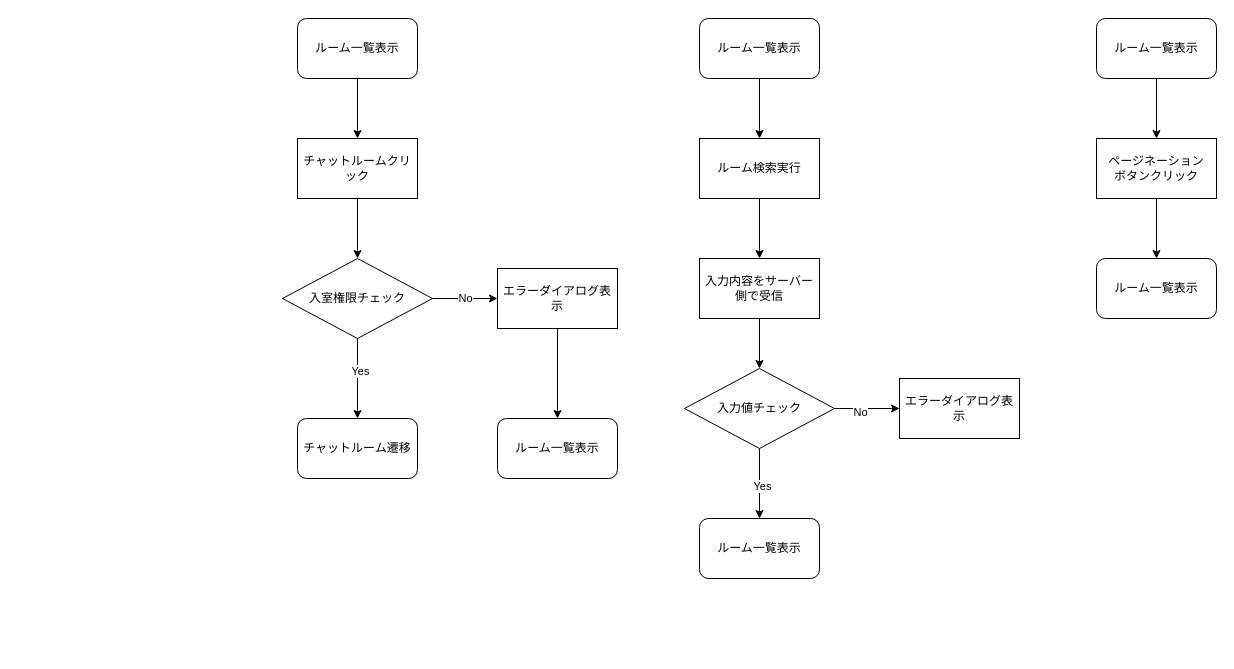
Above: external design/Flow/roomlist.drawio in KawashimaRyuhei/ChatApps (draw.io), before the change. Source tidied: cells renumbered, new cells numbered last; positions are measured from the earlier drawing's top-left corner, leaving out a move shared by most shapes. Both pictures are drawn from the tidied source at 100%, with x=0, y=0 at pixel (282, 18).
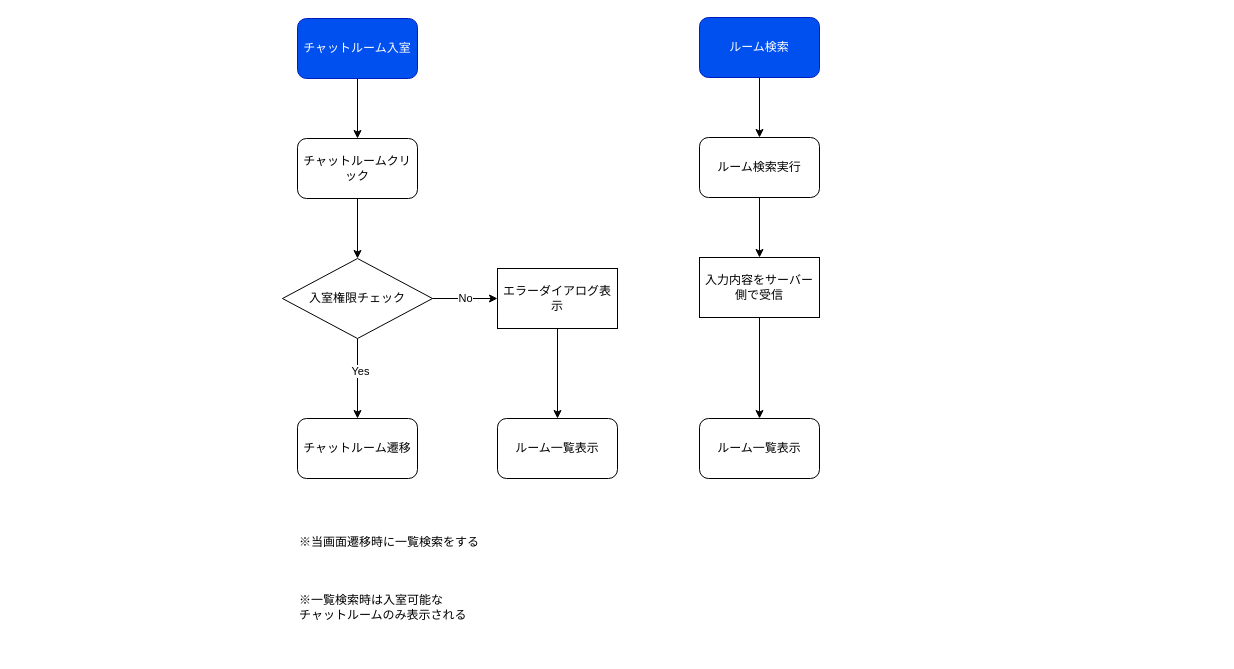
The same page after the edit.

The edit, as a diff of the source:
```diff
@@
-    <mxCell id="3" value="ルーム一覧表示" style="rounded=1;whiteSpace=wrap;html=1;" parent="1" vertex="1">
+    <mxCell id="3" value="チャットルーム入室" style="rounded=1;whiteSpace=wrap;html=1;fillColor=#0050ef;fontColor=#ffffff;strokeColor=#001DBC;" parent="1" vertex="1">
       <mxGeometry x="15" width="120" height="60" as="geometry" />
     </mxCell>
@@
-    <mxCell id="5" value="チャットルームクリック" style="rounded=0;whiteSpace=wrap;html=1;" parent="1" vertex="1">
+    <mxCell id="5" value="チャットルームクリック" style="rounded=1;whiteSpace=wrap;html=1;" parent="1" vertex="1">
       <mxGeometry x="15" y="120" width="120" height="60" as="geometry" />
     </mxCell>
@@
-    <mxCell id="15" value="ルーム一覧表示" style="rounded=1;whiteSpace=wrap;html=1;" parent="1" vertex="1">
-      <mxGeometry x="417" width="120" height="60" as="geometry" />
+    <mxCell id="15" value="ルーム検索" style="rounded=1;whiteSpace=wrap;html=1;fillColor=#0050ef;fontColor=#ffffff;strokeColor=#001DBC;" parent="1" vertex="1">
+      <mxGeometry x="417" y="-1" width="120" height="60" as="geometry" />
     </mxCell>
@@
-    <mxCell id="17" value="ルーム検索実行" style="rounded=0;whiteSpace=wrap;html=1;" parent="1" vertex="1">
-      <mxGeometry x="417" y="120" width="120" height="60" as="geometry" />
+    <mxCell id="17" value="ルーム検索実行" style="rounded=1;whiteSpace=wrap;html=1;" parent="1" vertex="1">
+      <mxGeometry x="417" y="119" width="120" height="60" as="geometry" />
     </mxCell>
-    <mxCell id="18" style="edgeStyle=none;html=1;entryX=0.5;entryY=0;entryDx=0;entryDy=0;" parent="1" edge="1" source="19" target="24">
+    <mxCell id="18" style="edgeStyle=none;html=1;entryX=0.5;entryY=0;entryDx=0;entryDy=0;" parent="1" edge="1" source="19" target="26">
       <mxGeometry relative="1" as="geometry" />
     </mxCell>
     <mxCell id="19" value="入力内容をサーバー側で受信" style="rounded=0;whiteSpace=wrap;html=1;" parent="1" vertex="1">
-      <mxGeometry x="417" y="240" width="120" height="60" as="geometry" />
+      <mxGeometry x="417" y="239" width="120" height="60" as="geometry" />
     </mxCell>
-    <mxCell id="20" style="edgeStyle=none;html=1;entryX=0;entryY=0.5;entryDx=0;entryDy=0;" parent="1" edge="1" source="24" target="25">
-      <mxGeometry relative="1" as="geometry" />
-    </mxCell>
-    <mxCell id="21" value="No" style="edgeLabel;html=1;align=center;verticalAlign=middle;" parent="20" vertex="1">
-      <mxGeometry x="-0.23" y="-3" relative="1" as="geometry" />
-    </mxCell>
-    <mxCell id="22" style="edgeStyle=none;html=1;entryX=0.5;entryY=0;entryDx=0;entryDy=0;" parent="1" edge="1" source="24" target="26">
-      <mxGeometry relative="1" as="geometry" />
-    </mxCell>
-    <mxCell id="23" value="Yes" style="edgeLabel;html=1;align=center;verticalAlign=middle;" parent="22" vertex="1">
-      <mxGeometry x="0.05" y="2" relative="1" as="geometry" />
-    </mxCell>
-    <mxCell id="24" value="入力値チェック" style="rhombus;whiteSpace=wrap;html=1;" parent="1" vertex="1">
-      <mxGeometry x="402" y="350" width="150" height="80" as="geometry" />
-    </mxCell>
-    <mxCell id="25" value="エラーダイアログ表示" style="rounded=0;whiteSpace=wrap;html=1;" parent="1" vertex="1">
-      <mxGeometry x="617" y="360" width="120" height="60" as="geometry" />
-    </mxCell>
     <mxCell id="26" value="ルーム一覧表示" style="rounded=1;whiteSpace=wrap;html=1;" parent="1" vertex="1">
-      <mxGeometry x="417" y="500" width="120" height="60" as="geometry" />
+      <mxGeometry x="417" y="400" width="120" height="60" as="geometry" />
     </mxCell>
-    <mxCell id="27" style="edgeStyle=none;html=1;entryX=0.5;entryY=0;entryDx=0;entryDy=0;" parent="1" edge="1" source="28" target="30">
-      <mxGeometry relative="1" as="geometry" />
-    </mxCell>
-    <mxCell id="28" value="ルーム一覧表示" style="rounded=1;whiteSpace=wrap;html=1;" parent="1" vertex="1">
-      <mxGeometry x="814" width="120" height="60" as="geometry" />
-    </mxCell>
-    <mxCell id="29" style="edgeStyle=none;html=1;entryX=0.5;entryY=0;entryDx=0;entryDy=0;" parent="1" edge="1" source="30" target="31">
-      <mxGeometry relative="1" as="geometry" />
-    </mxCell>
-    <mxCell id="30" value="ページネーション&lt;br&gt;ボタンクリック" style="rounded=0;whiteSpace=wrap;html=1;" parent="1" vertex="1">
-      <mxGeometry x="814" y="120" width="120" height="60" as="geometry" />
-    </mxCell>
-    <mxCell id="31" value="ルーム一覧表示" style="rounded=1;whiteSpace=wrap;html=1;" parent="1" vertex="1">
-      <mxGeometry x="814" y="240" width="120" height="60" as="geometry" />
-    </mxCell>
+    <mxCell id="32" value="&lt;h1&gt;&lt;br&gt;&lt;/h1&gt;&lt;div&gt;&lt;br&gt;&lt;/div&gt;" style="text;html=1;strokeColor=none;fillColor=none;spacing=5;spacingTop=-20;whiteSpace=wrap;overflow=hidden;rounded=0;" parent="1" vertex="1">
+      <mxGeometry x="-265" y="359" width="190" height="120" as="geometry" />
+    </mxCell>
+    <mxCell id="33" value="※当画面遷移時に一覧検索をする" style="text;html=1;strokeColor=none;fillColor=none;align=left;verticalAlign=middle;whiteSpace=wrap;rounded=0;" parent="1" vertex="1">
+      <mxGeometry x="15" y="479" width="200" height="90" as="geometry" />
+    </mxCell>
+    <mxCell id="34" value="※一覧検索時は入室可能な&lt;br&gt;チャットルームのみ表示される" style="text;html=1;strokeColor=none;fillColor=none;align=left;verticalAlign=middle;whiteSpace=wrap;rounded=0;" parent="1" vertex="1">
+      <mxGeometry x="15" y="543.5" width="200" height="90" as="geometry" />
+    </mxCell>
```
